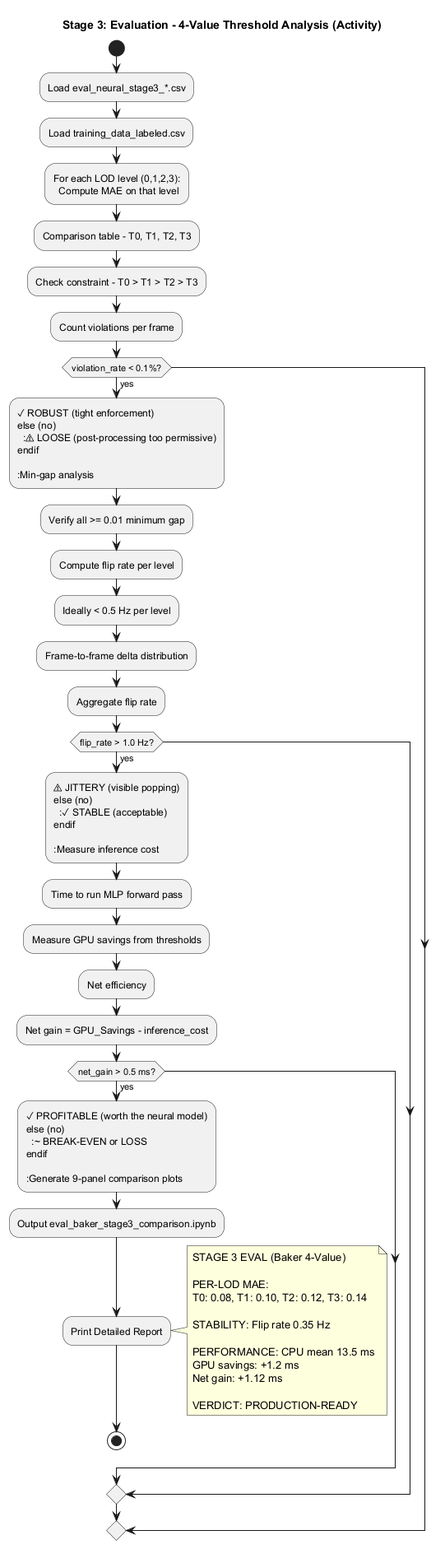
Silent0Wings/neural-lod keeps this PlantUML diagram as ml_pipeline/Diagram/Stage_3/Stage_3_Evaluation_4ValueAnalysis.png. Above is the earlier version.
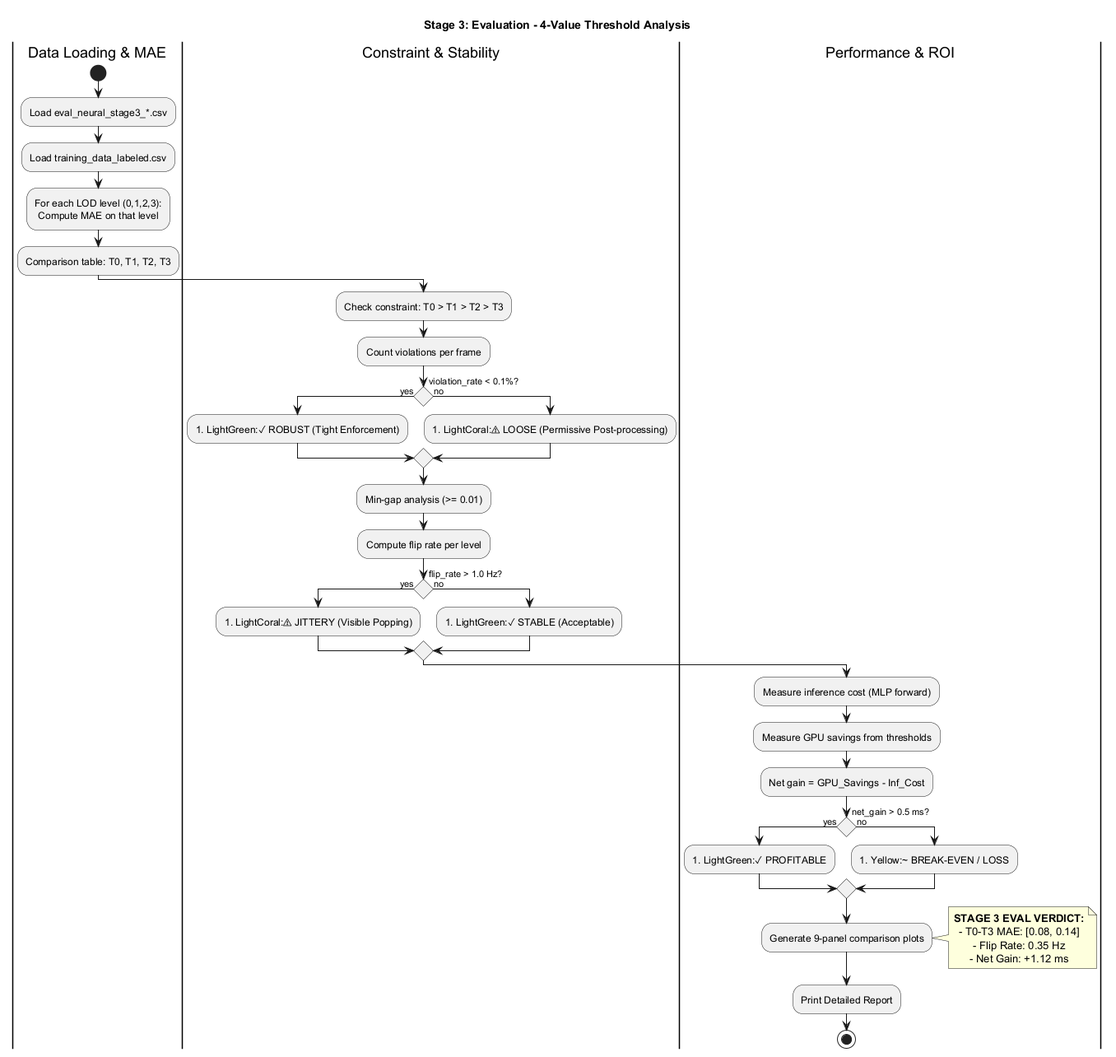
Above is the later version.

Change to the diagram source:
```diff
@@ -1,76 +1,61 @@
 @startuml Stage_3_Evaluation_4ValueAnalysis
 
-title Stage 3: Evaluation - 4-Value Threshold Analysis (Activity)
+title Stage 3: Evaluation - 4-Value Threshold Analysis
 
+skinparam defaultTextAlignment center
+skinparam conditionStyle diamond
+skinparam monochrome false
+
+|Data Loading & MAE|
 start
-
 :Load eval_neural_stage3_*.csv;
 :Load training_data_labeled.csv;
 
 :For each LOD level (0,1,2,3):
-  Compute MAE on that level;
+Compute MAE on that level;
 
-:Comparison table - T0, T1, T2, T3;
+:Comparison table: T0, T1, T2, T3;
 
-:Check constraint - T0 > T1 > T2 > T3;
+|Constraint & Stability|
+:Check constraint: T0 > T1 > T2 > T3;
 :Count violations per frame;
 
 if (violation_rate < 0.1%?) then (yes)
-  :✓ ROBUST (tight enforcement)
+  :#LightGreen:✓ ROBUST (Tight Enforcement);
 else (no)
-  :⚠ LOOSE (post-processing too permissive)
+  :#LightCoral:⚠ LOOSE (Permissive Post-processing);
 endif
 
-:Min-gap analysis;
-:Verify all >= 0.01 minimum gap;
-
+:Min-gap analysis (>= 0.01);
 :Compute flip rate per level;
-:Ideally < 0.5 Hz per level;
-
-:Frame-to-frame delta distribution;
-
-:Aggregate flip rate;
 
 if (flip_rate > 1.0 Hz?) then (yes)
-  :⚠ JITTERY (visible popping)
+  :#LightCoral:⚠ JITTERY (Visible Popping);
 else (no)
-  :✓ STABLE (acceptable)
+  :#LightGreen:✓ STABLE (Acceptable);
 endif
 
-:Measure inference cost;
-:Time to run MLP forward pass;
-
+|Performance & ROI|
+:Measure inference cost (MLP forward);
 :Measure GPU savings from thresholds;
 
-:Net efficiency;
-:Net gain = GPU_Savings - inference_cost;
+:Net gain = GPU_Savings - Inf_Cost;
 
 if (net_gain > 0.5 ms?) then (yes)
-  :✓ PROFITABLE (worth the neural model)
+  :#LightGreen:✓ PROFITABLE;
 else (no)
-  :~ BREAK-EVEN or LOSS
+  :#Yellow:~ BREAK-EVEN / LOSS;
 endif
 
 :Generate 9-panel comparison plots;
-:Output eval_baker_stage3_comparison.ipynb;
+note right
+  **STAGE 3 EVAL VERDICT:**
+  - T0-T3 MAE: [0.08, 0.14]
+  - Flip Rate: 0.35 Hz
+  - Net Gain: +1.12 ms
+end note
 
 :Print Detailed Report;
-
-note right
-  STAGE 3 EVAL (Baker 4-Value)
-
-  PER-LOD MAE:
-  T0: 0.08, T1: 0.10, T2: 0.12, T3: 0.14
-
-  STABILITY: Flip rate 0.35 Hz
-
-  PERFORMANCE: CPU mean 13.5 ms
-  GPU savings: +1.2 ms
-  Net gain: +1.12 ms
-
-  VERDICT: PRODUCTION-READY
-end note
-
 stop
 
 @enduml
```
